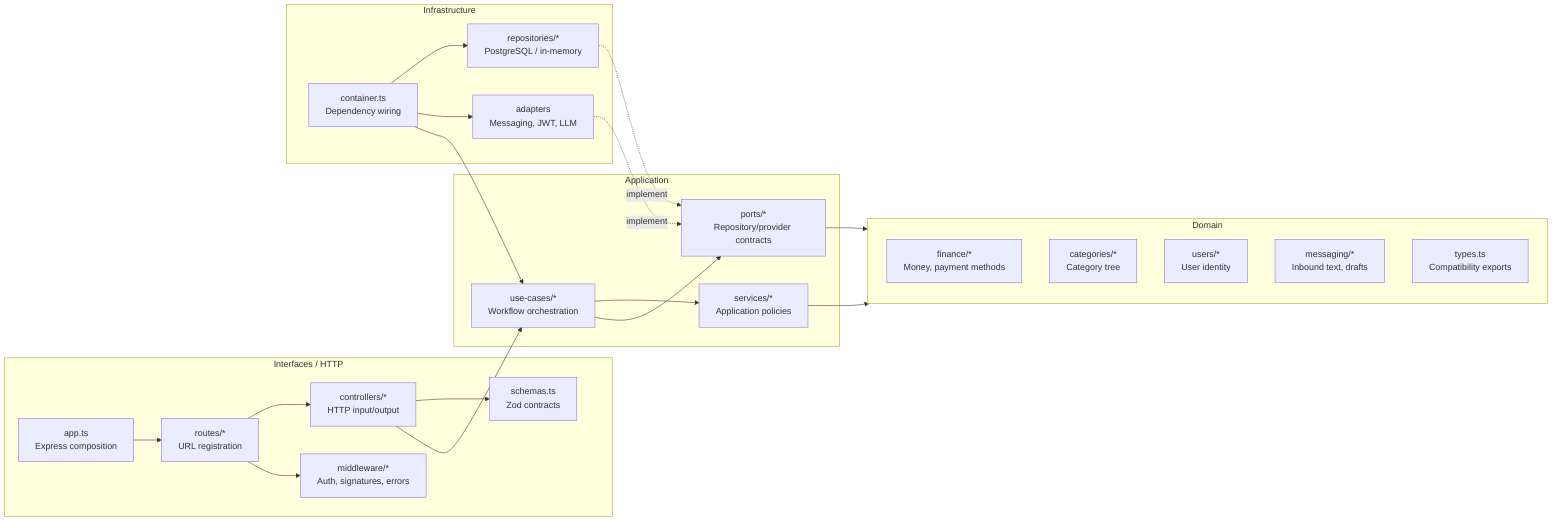
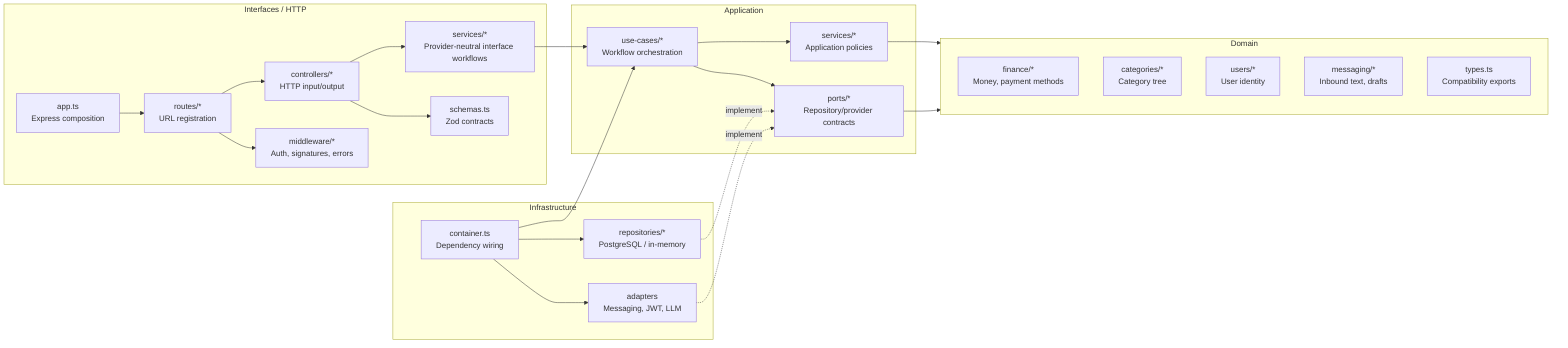
flowchart LR
  subgraph Interfaces["Interfaces / HTTP"]
    App["app.ts<br/>Express composition"]
    Routes["routes/*<br/>URL registration"]
    Controllers["controllers/*<br/>HTTP input/output"]
+     InterfaceServices["services/*<br/>Provider-neutral interface workflows"]
    Middleware["middleware/*<br/>Auth, signatures, errors"]
    Schemas["schemas.ts<br/>Zod contracts"]
  end

  subgraph Application["Application"]
    UseCases["use-cases/*<br/>Workflow orchestration"]
    Services["services/*<br/>Application policies"]
    Ports["ports/*<br/>Repository/provider contracts"]
  end

  subgraph Domain["Domain"]
    Finance["finance/*<br/>Money, payment methods"]
    Categories["categories/*<br/>Category tree"]
    Users["users/*<br/>User identity"]
    Messaging["messaging/*<br/>Inbound text, drafts"]
    Types["types.ts<br/>Compatibility exports"]
  end

  subgraph Infrastructure["Infrastructure"]
    Repositories["repositories/*<br/>PostgreSQL / in-memory"]
    Providers["adapters<br/>Messaging, JWT, LLM"]
    Container["container.ts<br/>Dependency wiring"]
  end

  App --> Routes
  Routes --> Controllers
  Routes --> Middleware
  Controllers --> Schemas
-   Controllers --> UseCases
+   Controllers --> InterfaceServices
+   InterfaceServices --> UseCases
  UseCases --> Services
  UseCases --> Ports
  Services --> Domain
  Ports --> Domain
  Repositories -. implement .-> Ports
  Providers -. implement .-> Ports
  Container --> Repositories
  Container --> Providers
  Container --> UseCases
